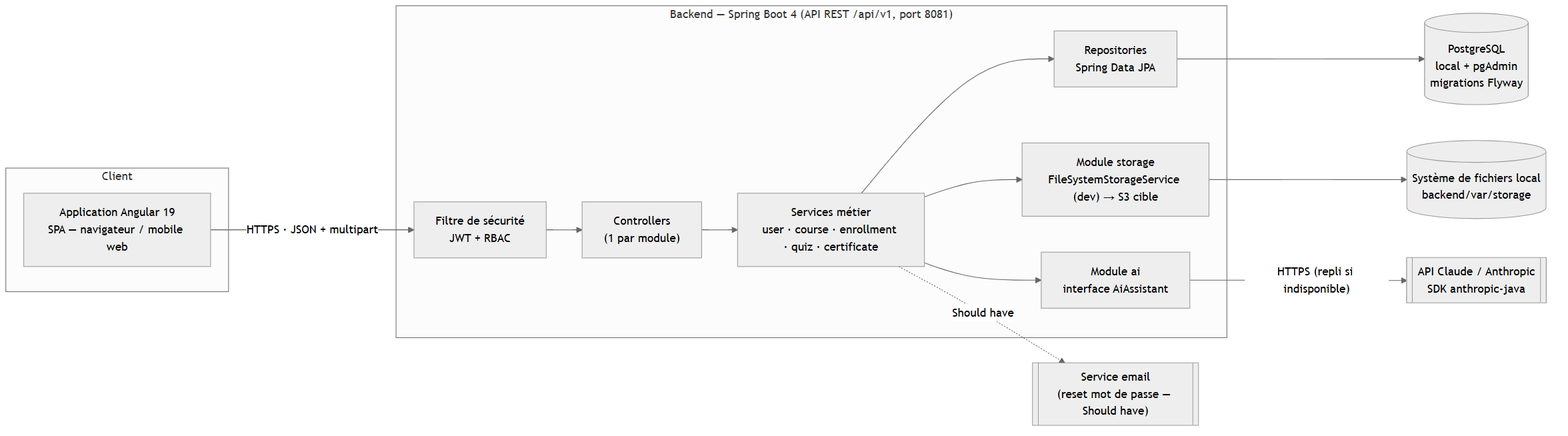
Mariam955-creat/Educa keeps this Mermaid diagram as docs/assets/architecture.png. Above is the earlier version. Its source is kept beside it as docs/assets/architecture.mmd. Source of this version:
```mermaid
%%{init: {"flowchart": {"htmlLabels": true, "curve": "basis"}} }%%
flowchart LR
    subgraph Client["Client"]
      NG["Application Angular 19<br/>SPA — navigateur / mobile web"]
    end

    subgraph Backend["Backend — Spring Boot 4 (API REST /api/v1, port 8081)"]
      SEC["Filtre de sécurité<br/>JWT + RBAC"]
      CTRL["Controllers<br/>(1 par module)"]
      SRV["Services métier<br/>user · course · enrollment · quiz · certificate"]
      AIsrv["Module ai<br/>interface AiAssistant"]
      STO["Module storage<br/>FileSystemStorageService (dev) → S3 cible"]
      REPO["Repositories<br/>Spring Data JPA"]
    end

    DB[("PostgreSQL<br/>local + pgAdmin<br/>migrations Flyway")]
    FS[("Système de fichiers local<br/>backend/var/storage")]
    LLM[["API Claude / Anthropic<br/>SDK anthropic-java"]]
    MAIL[["Service email<br/>(reset mot de passe — Should have)"]]

    NG -- "HTTPS · JSON + multipart" --> SEC
    SEC --> CTRL --> SRV
    SRV --> REPO --> DB
    SRV --> STO --> FS
    SRV --> AIsrv
    AIsrv -- "HTTPS (repli si indisponible)" --> LLM
    SRV -. "Should have" .-> MAIL
```
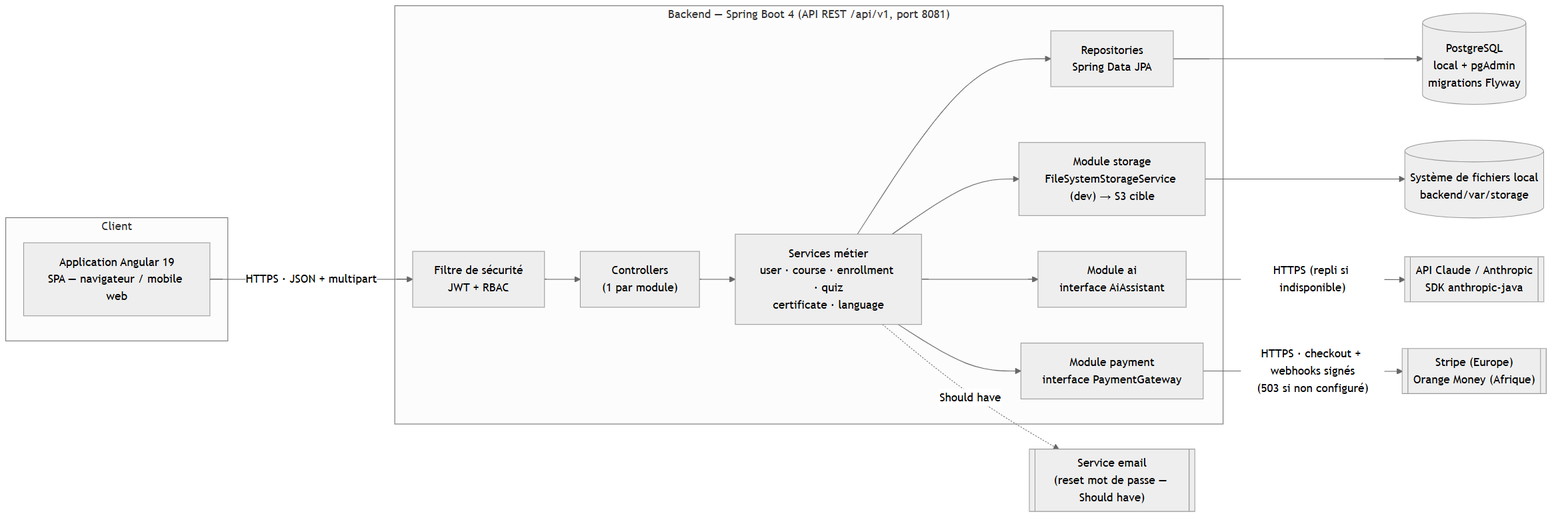
After the commit.

What changed in the source:
```diff
@@ -7,8 +7,9 @@
     subgraph Backend["Backend — Spring Boot 4 (API REST /api/v1, port 8081)"]
       SEC["Filtre de sécurité<br/>JWT + RBAC"]
       CTRL["Controllers<br/>(1 par module)"]
-      SRV["Services métier<br/>user · course · enrollment · quiz · certificate"]
+      SRV["Services métier<br/>user · course · enrollment · quiz<br/>certificate · language"]
       AIsrv["Module ai<br/>interface AiAssistant"]
+      PAY["Module payment<br/>interface PaymentGateway"]
       STO["Module storage<br/>FileSystemStorageService (dev) → S3 cible"]
       REPO["Repositories<br/>Spring Data JPA"]
     end
@@ -16,6 +17,7 @@
     DB[("PostgreSQL<br/>local + pgAdmin<br/>migrations Flyway")]
     FS[("Système de fichiers local<br/>backend/var/storage")]
     LLM[["API Claude / Anthropic<br/>SDK anthropic-java"]]
+    PSP[["Stripe (Europe)<br/>Orange Money (Afrique)"]]
     MAIL[["Service email<br/>(reset mot de passe — Should have)"]]
 
     NG -- "HTTPS · JSON + multipart" --> SEC
@@ -24,4 +26,6 @@
     SRV --> STO --> FS
     SRV --> AIsrv
     AIsrv -- "HTTPS (repli si indisponible)" --> LLM
+    SRV --> PAY
+    PAY -- "HTTPS · checkout + webhooks signés<br/>(503 si non configuré)" --> PSP
     SRV -. "Should have" .-> MAIL
```
